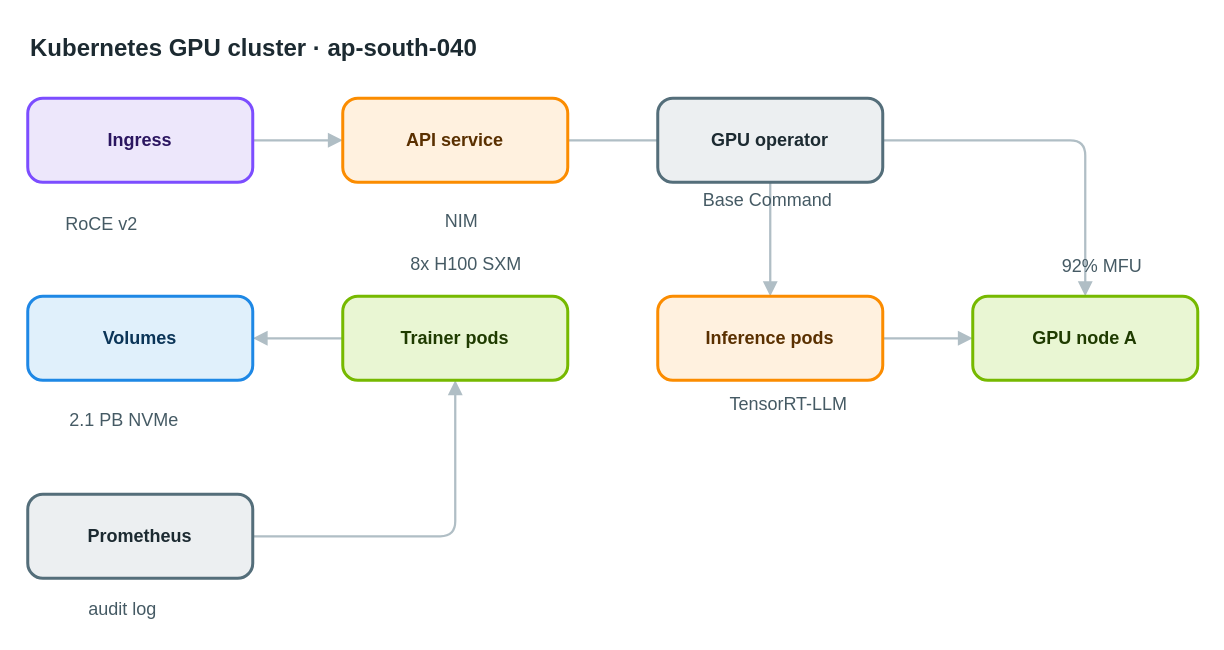
AryanG01/open-apprentice keeps this draw.io diagram as apps/web/public/samples/library/040-kubernetes-gpu-cluster.drawio. Above is the earlier version. Source tidied: cells renumbered, new cells numbered last; positions are measured from the earlier drawing's top-left corner, leaving out a move shared by most shapes. Both pictures are drawn from the tidied source at 150%, with x=0, y=0 at pixel (27, 26).
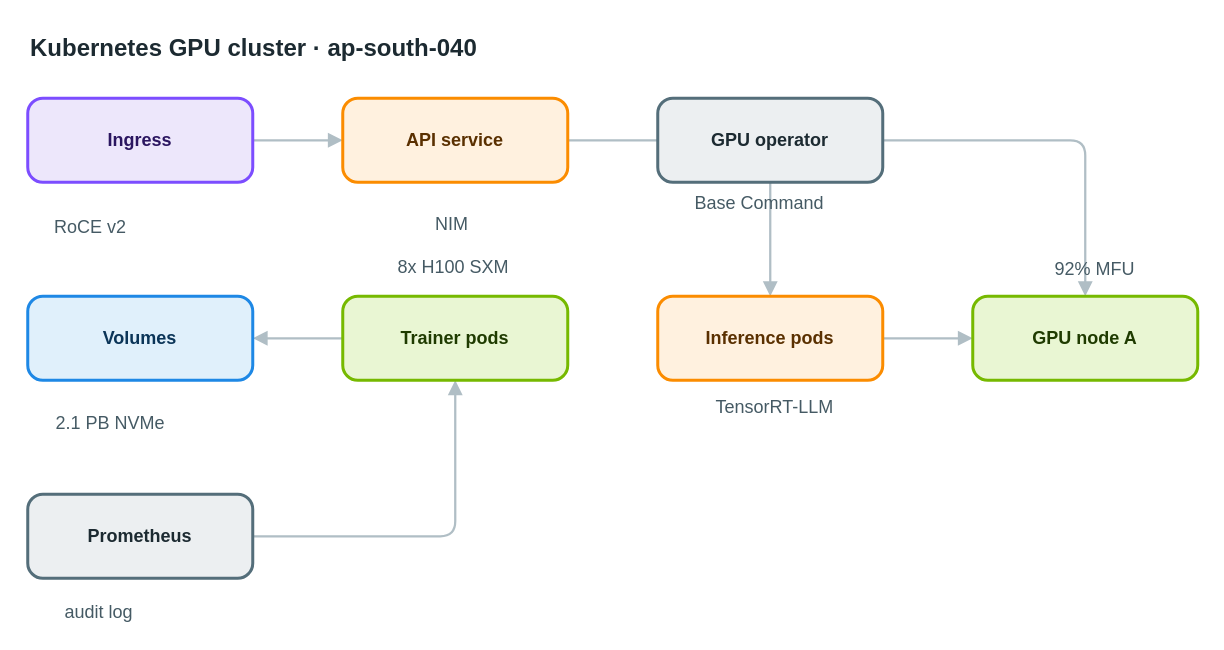
Above is the later version.

Diff of the diagram source:
```diff
@@
-    <mxCell id="17" value="RoCE v2" style="text;html=1;align=center;verticalAlign=middle;whiteSpace=nowrap;strokeColor=none;fillColor=none;fontSize=12;fontColor=#455a64;" parent="1" vertex="1">
+    <mxCell id="17" value="RoCE v2" style="text;html=1;align=left;verticalAlign=top;whiteSpace=nowrap;spacing=0;spacingTop=0;strokeColor=none;fillColor=none;fontSize=12;fontColor=#455a64;" parent="1" vertex="1">
       <mxGeometry x="18" y="122" width="61" height="20" as="geometry" />
     </mxCell>
-    <mxCell id="18" value="NIM" style="text;html=1;align=center;verticalAlign=middle;whiteSpace=nowrap;strokeColor=none;fillColor=none;fontSize=12;fontColor=#455a64;" parent="1" vertex="1">
+    <mxCell id="18" value="NIM" style="text;html=1;align=left;verticalAlign=top;whiteSpace=nowrap;spacing=0;spacingTop=0;strokeColor=none;fillColor=none;fontSize=12;fontColor=#455a64;" parent="1" vertex="1">
       <mxGeometry x="272" y="120" width="33" height="20" as="geometry" />
     </mxCell>
-    <mxCell id="19" value="Base Command" style="text;html=1;align=center;verticalAlign=middle;whiteSpace=nowrap;strokeColor=none;fillColor=none;fontSize=12;fontColor=#455a64;" parent="1" vertex="1">
+    <mxCell id="19" value="Base Command" style="text;html=1;align=left;verticalAlign=top;whiteSpace=nowrap;spacing=0;spacingTop=0;strokeColor=none;fillColor=none;fontSize=12;fontColor=#455a64;" parent="1" vertex="1">
       <mxGeometry x="445" y="106" width="96" height="20" as="geometry" />
     </mxCell>
-    <mxCell id="20" value="8x H100 SXM" style="text;html=1;align=center;verticalAlign=middle;whiteSpace=nowrap;strokeColor=none;fillColor=none;fontSize=12;fontColor=#455a64;" parent="1" vertex="1">
+    <mxCell id="20" value="8x H100 SXM" style="text;html=1;align=left;verticalAlign=top;whiteSpace=nowrap;spacing=0;spacingTop=0;strokeColor=none;fillColor=none;fontSize=12;fontColor=#455a64;" parent="1" vertex="1">
       <mxGeometry x="247" y="149" width="89" height="20" as="geometry" />
     </mxCell>
-    <mxCell id="21" value="TensorRT-LLM" style="text;html=1;align=center;verticalAlign=middle;whiteSpace=nowrap;strokeColor=none;fillColor=none;fontSize=12;fontColor=#455a64;" parent="1" vertex="1">
+    <mxCell id="21" value="TensorRT-LLM" style="text;html=1;align=left;verticalAlign=top;whiteSpace=nowrap;spacing=0;spacingTop=0;strokeColor=none;fillColor=none;fontSize=12;fontColor=#455a64;" parent="1" vertex="1">
       <mxGeometry x="459" y="242" width="96" height="20" as="geometry" />
     </mxCell>
-    <mxCell id="22" value="92% MFU" style="text;html=1;align=center;verticalAlign=middle;whiteSpace=nowrap;strokeColor=none;fillColor=none;fontSize=12;fontColor=#455a64;" parent="1" vertex="1">
+    <mxCell id="22" value="92% MFU" style="text;html=1;align=left;verticalAlign=top;whiteSpace=nowrap;spacing=0;spacingTop=0;strokeColor=none;fillColor=none;fontSize=12;fontColor=#455a64;" parent="1" vertex="1">
       <mxGeometry x="685" y="150" width="61" height="20" as="geometry" />
     </mxCell>
-    <mxCell id="23" value="2.1 PB NVMe" style="text;html=1;align=center;verticalAlign=middle;whiteSpace=nowrap;strokeColor=none;fillColor=none;fontSize=12;fontColor=#455a64;" parent="1" vertex="1">
+    <mxCell id="23" value="2.1 PB NVMe" style="text;html=1;align=left;verticalAlign=top;whiteSpace=nowrap;spacing=0;spacingTop=0;strokeColor=none;fillColor=none;fontSize=12;fontColor=#455a64;" parent="1" vertex="1">
       <mxGeometry x="19" y="253" width="89" height="20" as="geometry" />
     </mxCell>
-    <mxCell id="24" value="audit log" style="text;html=1;align=center;verticalAlign=middle;whiteSpace=nowrap;strokeColor=none;fillColor=none;fontSize=12;fontColor=#455a64;" parent="1" vertex="1">
+    <mxCell id="24" value="audit log" style="text;html=1;align=left;verticalAlign=top;whiteSpace=nowrap;spacing=0;spacingTop=0;strokeColor=none;fillColor=none;fontSize=12;fontColor=#455a64;" parent="1" vertex="1">
       <mxGeometry x="25" y="379" width="75" height="20" as="geometry" />
     </mxCell>
```
